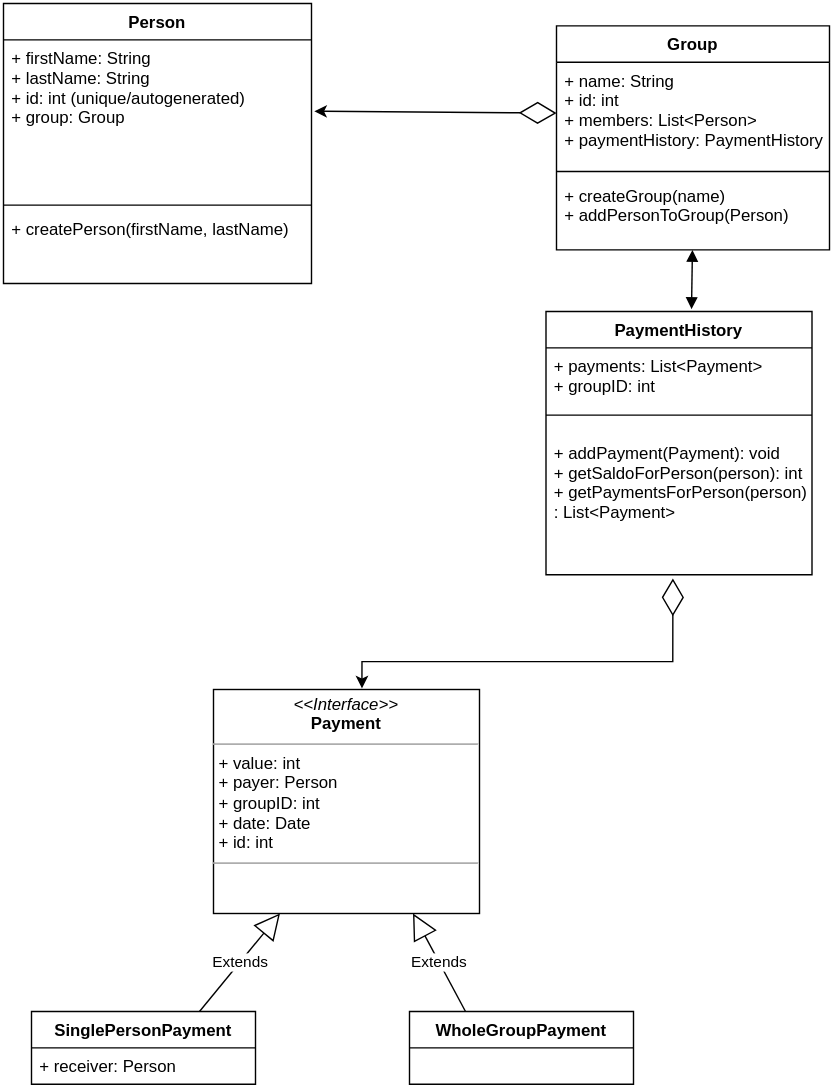
The draw.io diagram docs/resources/model/model.svg in Y3drk/SplitWiser, before a commit. Source tidied: cells renumbered, new cells last; positions are measured from the earlier drawing's top-left corner, leaving out a move shared by most shapes. Source of this version:
```xml
<mxGraphModel>
  <root>
    <mxCell id="0" />
    <mxCell id="1" parent="0" />
    <mxCell id="2" value="Person" style="swimlane;fontStyle=1;align=center;verticalAlign=top;horizontal=1;startSize=26;" parent="1" vertex="1">
      <mxGeometry width="220" height="200" as="geometry" />
    </mxCell>
    <mxCell id="3" value="+ firstName: String&#10;+ lastName: String&#10;+ id: int (unique/autogenerated)&#10;+ group: Group" style="text;strokeColor=none;fillColor=none;align=left;verticalAlign=top;spacingLeft=4;spacingRight=4;overflow=hidden;points=[[0,0.5],[1,0.5]];portConstraint=eastwest;" parent="2" vertex="1">
      <mxGeometry y="26" width="220" height="114" as="geometry" />
    </mxCell>
    <mxCell id="4" style="line;strokeWidth=1;fillColor=none;align=left;verticalAlign=middle;spacingTop=-1;spacingLeft=3;spacingRight=3;labelPosition=right;" parent="2" vertex="1">
      <mxGeometry y="140" width="220" height="8" as="geometry" />
    </mxCell>
    <mxCell id="5" value="+ createPerson(firstName, lastName)" style="text;strokeColor=none;fillColor=none;align=left;verticalAlign=top;spacingLeft=4;spacingRight=4;overflow=hidden;" parent="2" vertex="1">
      <mxGeometry y="148" width="220" height="52" as="geometry" />
    </mxCell>
    <mxCell id="6" value="SinglePersonPayment" style="swimlane;fontStyle=1;align=center;verticalAlign=top;horizontal=1;startSize=26;" parent="1" vertex="1">
      <mxGeometry x="20" y="720" width="160" height="52" as="geometry" />
    </mxCell>
    <mxCell id="7" value="+ receiver: Person" style="text;strokeColor=none;fillColor=none;align=left;verticalAlign=top;spacingLeft=4;spacingRight=4;overflow=hidden;" parent="6" vertex="1">
      <mxGeometry y="26" width="160" height="26" as="geometry" />
    </mxCell>
    <mxCell id="8" value="WholeGroupPayment" style="swimlane;fontStyle=1;align=center;verticalAlign=top;horizontal=1;startSize=26;" parent="1" vertex="1">
      <mxGeometry x="290" y="720" width="160" height="52" as="geometry" />
    </mxCell>
    <mxCell id="9" value="PaymentHistory" style="swimlane;fontStyle=1;align=center;verticalAlign=top;horizontal=1;startSize=26;" parent="1" vertex="1">
      <mxGeometry x="387.5" y="220" width="190" height="188" as="geometry" />
    </mxCell>
    <mxCell id="10" value="+ payments: List&lt;Payment&gt;&#10;+ groupID: int" style="text;strokeColor=none;fillColor=none;align=left;verticalAlign=top;spacingLeft=4;spacingRight=4;overflow=hidden;" parent="9" vertex="1">
      <mxGeometry y="26" width="190" height="34" as="geometry" />
    </mxCell>
    <mxCell id="11" style="line;strokeWidth=1;fillColor=none;align=left;verticalAlign=middle;spacingTop=-1;spacingLeft=3;spacingRight=3;labelPosition=right;" parent="9" vertex="1">
      <mxGeometry y="60" width="190" height="28" as="geometry" />
    </mxCell>
    <mxCell id="12" value="+ addPayment(Payment): void&#10;+ getSaldoForPerson(person): int&#10;+ getPaymentsForPerson(person)&#10;: List&lt;Payment&gt;" style="text;strokeColor=none;fillColor=none;align=left;verticalAlign=top;spacingLeft=4;spacingRight=4;overflow=hidden;points=[[0,0.5],[1,0.5]];portConstraint=eastwest;" parent="9" vertex="1">
      <mxGeometry y="88" width="190" height="100" as="geometry" />
    </mxCell>
    <mxCell id="13" value="Group" style="swimlane;fontStyle=1;align=center;verticalAlign=top;horizontal=1;startSize=26;" parent="1" vertex="1">
      <mxGeometry x="395" y="16" width="195" height="160" as="geometry" />
    </mxCell>
    <mxCell id="14" value="+ name: String&#10;+ id: int&#10;+ members: List&lt;Person&gt;&#10;+ paymentHistory: PaymentHistory" style="text;strokeColor=none;fillColor=none;align=left;verticalAlign=top;spacingLeft=4;spacingRight=4;overflow=hidden;points=[[0,0.5],[1,0.5]];portConstraint=eastwest;" parent="13" vertex="1">
      <mxGeometry y="26" width="195" height="74" as="geometry" />
    </mxCell>
    <mxCell id="15" style="line;strokeWidth=1;fillColor=none;align=left;verticalAlign=middle;spacingTop=-1;spacingLeft=3;spacingRight=3;labelPosition=right;" parent="13" vertex="1">
      <mxGeometry y="100" width="195" height="8" as="geometry" />
    </mxCell>
    <mxCell id="16" value="+ createGroup(name)&#10;+ addPersonToGroup(Person)" style="text;strokeColor=none;fillColor=none;align=left;verticalAlign=top;spacingLeft=4;spacingRight=4;overflow=hidden;points=[[0,0.5],[1,0.5]];portConstraint=eastwest;" parent="13" vertex="1">
      <mxGeometry y="108" width="195" height="52" as="geometry" />
    </mxCell>
    <mxCell id="17" style="endArrow=diamondThin;endFill=0;endSize=24;html=1;rounded=0;exitX=1.009;exitY=0.447;exitDx=0;exitDy=0;exitPerimeter=0;startArrow=classic;startFill=1;" parent="1" edge="1" source="3" target="14">
      <mxGeometry relative="1" as="geometry" />
    </mxCell>
    <mxCell id="18" value="Extends" style="endArrow=block;endSize=16;endFill=0;html=1;rounded=0;exitX=0.75;exitY=0;exitDx=0;exitDy=0;entryX=0.25;entryY=1;entryDx=0;entryDy=0;" parent="1" edge="1" source="6" target="21">
      <mxGeometry relative="1" as="geometry" />
    </mxCell>
    <mxCell id="19" value="Extends" style="endArrow=block;endSize=16;endFill=0;html=1;rounded=0;exitX=0.25;exitY=0;exitDx=0;exitDy=0;entryX=0.75;entryY=1;entryDx=0;entryDy=0;" parent="1" edge="1" source="8" target="21">
      <mxGeometry relative="1" as="geometry" />
    </mxCell>
    <mxCell id="20" style="endArrow=diamondThin;endFill=0;endSize=24;html=1;rounded=0;entryX=0.477;entryY=1.027;entryDx=0;entryDy=0;startArrow=classic;startFill=1;entryPerimeter=0;exitX=0.558;exitY=-0.005;exitDx=0;exitDy=0;exitPerimeter=0;strokeColor=default;edgeStyle=orthogonalEdgeStyle;" parent="1" edge="1" source="21" target="12">
      <mxGeometry relative="1" as="geometry">
        <Array as="points">
          <mxPoint x="256" y="470" />
          <mxPoint x="478" y="470" />
        </Array>
      </mxGeometry>
    </mxCell>
    <mxCell id="21" value="&lt;p style=&quot;margin: 0px ; margin-top: 4px ; text-align: center&quot;&gt;&lt;i&gt;&amp;lt;&amp;lt;Interface&amp;gt;&amp;gt;&lt;/i&gt;&lt;br&gt;&lt;b&gt;Payment&lt;/b&gt;&lt;/p&gt;&lt;hr size=&quot;1&quot;&gt;&lt;p style=&quot;margin: 0px ; margin-left: 4px&quot;&gt;+ value: int&lt;br&gt;+ payer: Person&lt;/p&gt;&lt;p style=&quot;margin: 0px ; margin-left: 4px&quot;&gt;+ groupID: int&lt;/p&gt;&lt;p style=&quot;margin: 0px ; margin-left: 4px&quot;&gt;+ date: Date&lt;/p&gt;&lt;p style=&quot;margin: 0px ; margin-left: 4px&quot;&gt;+ id: int&lt;/p&gt;&lt;hr size=&quot;1&quot;&gt;&lt;p style=&quot;margin: 0px ; margin-left: 4px&quot;&gt;&lt;br&gt;&lt;/p&gt;" style="verticalAlign=top;align=left;overflow=fill;fontSize=12;fontFamily=Helvetica;html=1;" parent="1" vertex="1">
      <mxGeometry x="150" y="490" width="190" height="160" as="geometry" />
    </mxCell>
    <mxCell id="22" style="endArrow=block;startArrow=block;endFill=1;startFill=1;html=1;rounded=0;exitX=0.547;exitY=-0.009;exitDx=0;exitDy=0;exitPerimeter=0;" parent="1" edge="1" source="9" target="16">
      <mxGeometry relative="1" as="geometry" />
    </mxCell>
  </root>
</mxGraphModel>
```
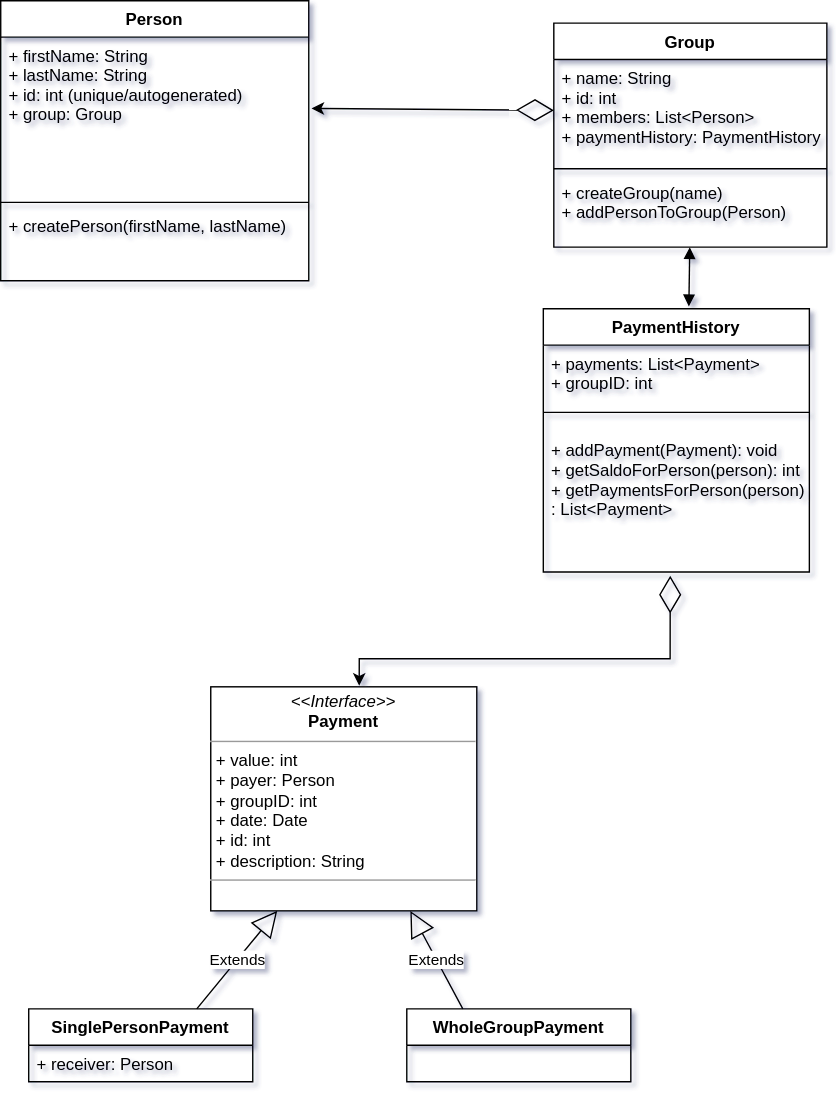
After the commit.

Commit message:
model upd

What changed in the source:
```diff
@@ -64,7 +64,7 @@
         </Array>
       </mxGeometry>
     </mxCell>
-    <mxCell id="21" value="&lt;p style=&quot;margin: 0px ; margin-top: 4px ; text-align: center&quot;&gt;&lt;i&gt;&amp;lt;&amp;lt;Interface&amp;gt;&amp;gt;&lt;/i&gt;&lt;br&gt;&lt;b&gt;Payment&lt;/b&gt;&lt;/p&gt;&lt;hr size=&quot;1&quot;&gt;&lt;p style=&quot;margin: 0px ; margin-left: 4px&quot;&gt;+ value: int&lt;br&gt;+ payer: Person&lt;/p&gt;&lt;p style=&quot;margin: 0px ; margin-left: 4px&quot;&gt;+ groupID: int&lt;/p&gt;&lt;p style=&quot;margin: 0px ; margin-left: 4px&quot;&gt;+ date: Date&lt;/p&gt;&lt;p style=&quot;margin: 0px ; margin-left: 4px&quot;&gt;+ id: int&lt;/p&gt;&lt;hr size=&quot;1&quot;&gt;&lt;p style=&quot;margin: 0px ; margin-left: 4px&quot;&gt;&lt;br&gt;&lt;/p&gt;" style="verticalAlign=top;align=left;overflow=fill;fontSize=12;fontFamily=Helvetica;html=1;" parent="1" vertex="1">
+    <mxCell id="21" value="&lt;p style=&quot;margin: 0px ; margin-top: 4px ; text-align: center&quot;&gt;&lt;i&gt;&amp;lt;&amp;lt;Interface&amp;gt;&amp;gt;&lt;/i&gt;&lt;br&gt;&lt;b&gt;Payment&lt;/b&gt;&lt;/p&gt;&lt;hr size=&quot;1&quot;&gt;&lt;p style=&quot;margin: 0px ; margin-left: 4px&quot;&gt;+ value: int&lt;br&gt;+ payer: Person&lt;/p&gt;&lt;p style=&quot;margin: 0px ; margin-left: 4px&quot;&gt;+ groupID: int&lt;/p&gt;&lt;p style=&quot;margin: 0px ; margin-left: 4px&quot;&gt;+ date: Date&lt;/p&gt;&lt;p style=&quot;margin: 0px ; margin-left: 4px&quot;&gt;+ id: int&lt;/p&gt;&lt;p style=&quot;margin: 0px ; margin-left: 4px&quot;&gt;+ description: String&lt;/p&gt;&lt;hr size=&quot;1&quot;&gt;&lt;p style=&quot;margin: 0px ; margin-left: 4px&quot;&gt;&lt;br&gt;&lt;/p&gt;" style="verticalAlign=top;align=left;overflow=fill;fontSize=12;fontFamily=Helvetica;html=1;" parent="1" vertex="1">
       <mxGeometry x="150" y="490" width="190" height="160" as="geometry" />
     </mxCell>
     <mxCell id="22" style="endArrow=block;startArrow=block;endFill=1;startFill=1;html=1;rounded=0;exitX=0.547;exitY=-0.009;exitDx=0;exitDy=0;exitPerimeter=0;" parent="1" edge="1" source="9" target="16">
```
